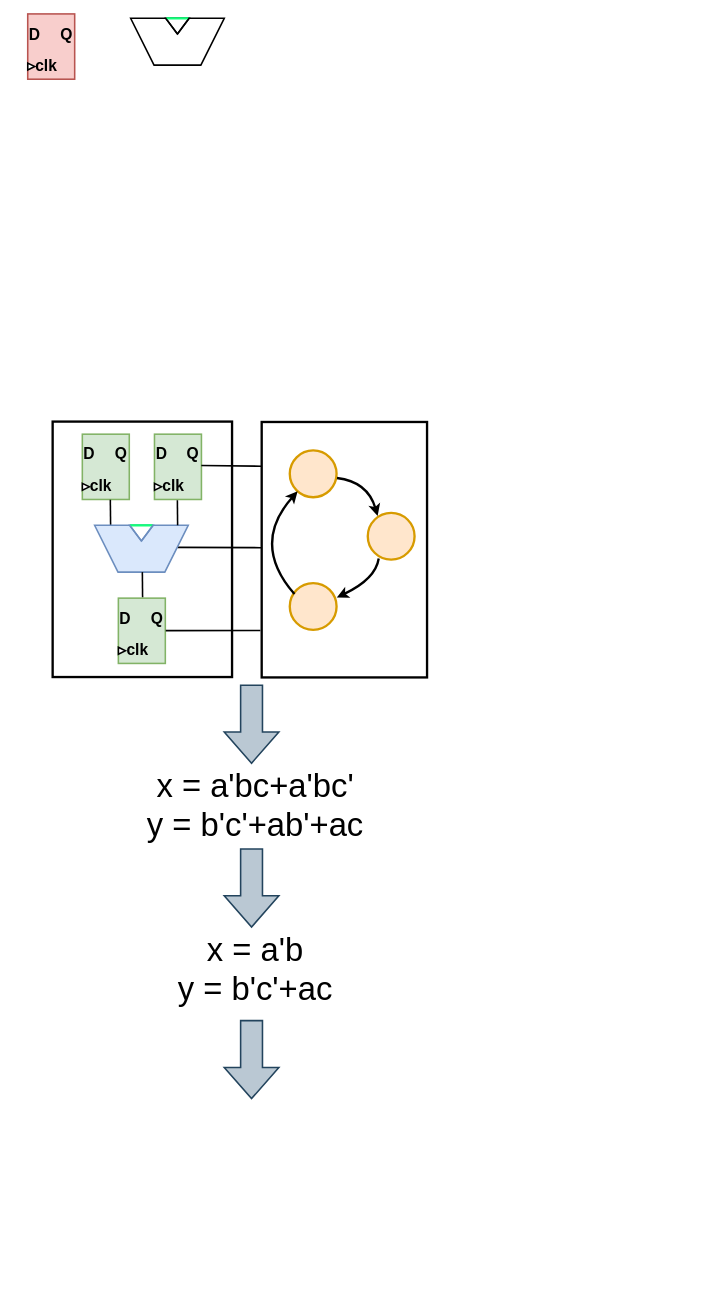
Earlier version of the draw.io diagram logicsynthesis.drawio (kxzhu0505/LogicSynOpt). Source tidied: cells renumbered, new cells numbered last; positions are measured from the earlier drawing's top-left corner, leaving out a move shared by most shapes. Both pictures are drawn from the tidied source at 78%, with x=0, y=0 at pixel (13, 14).
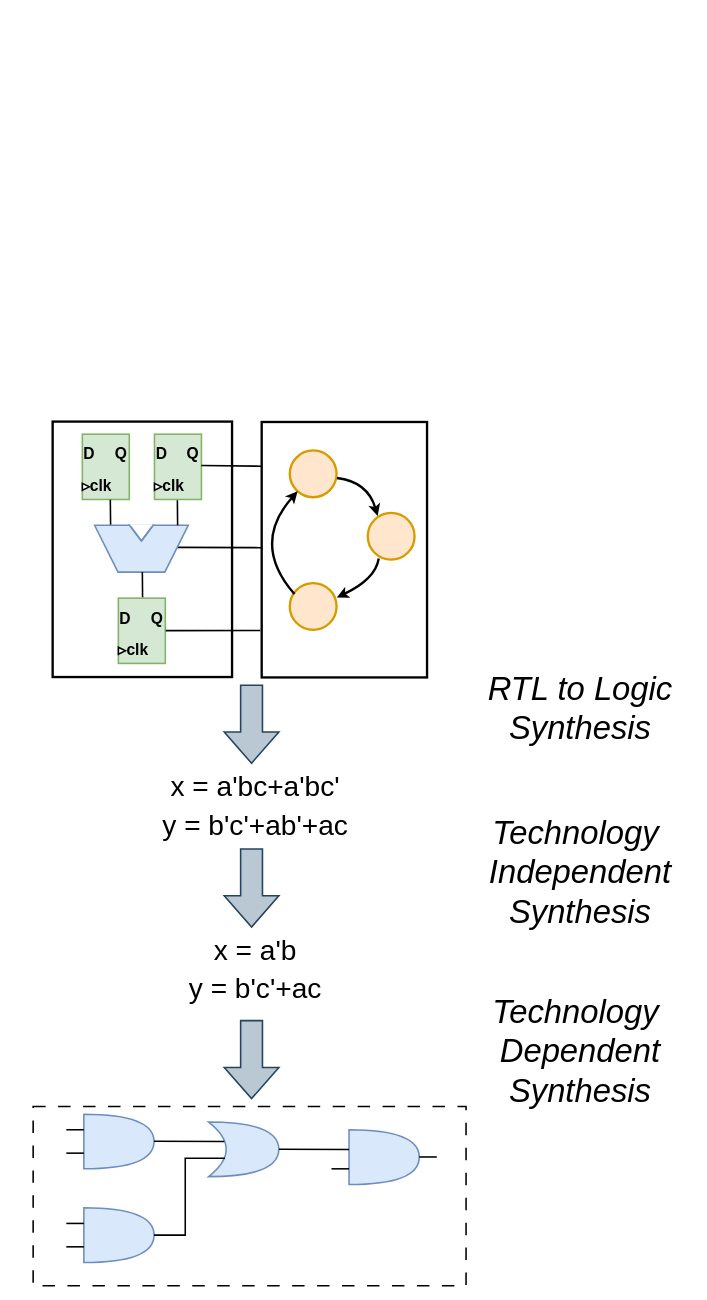
The same diagram, later.

Change to the diagram source:
```diff
@@
-    <mxCell id="2" style="group;fontFamily=Helvetica;" parent="1" vertex="1">
-      <mxGeometry width="95" height="82.5" as="geometry" />
-    </mxCell>
-    <mxCell id="3" style="rounded=0;whiteSpace=wrap;html=1;rotation=90;strokeWidth=2;fontFamily=Helvetica;fillColor=#f8cecc;strokeColor=#b85450;" parent="2" vertex="1">
-      <mxGeometry x="6.3" y="11.1" width="83.7" height="60.2" as="geometry" />
-    </mxCell>
-    <mxCell id="4" value="&lt;font size=&quot;1&quot;&gt;&lt;b style=&quot;font-size: 20px;&quot;&gt;D&lt;/b&gt;&lt;/font&gt;" style="text;html=1;strokeColor=none;fillColor=none;align=center;verticalAlign=middle;whiteSpace=wrap;rounded=0;strokeWidth=2;fontFamily=Helvetica;" parent="2" vertex="1">
-      <mxGeometry y="11.1" width="54.3" height="26.8" as="geometry" />
-    </mxCell>
-    <mxCell id="5" value="&lt;font size=&quot;1&quot;&gt;&lt;b style=&quot;font-size: 20px;&quot;&gt;Q&lt;/b&gt;&lt;/font&gt;" style="text;html=1;strokeColor=none;fillColor=none;align=center;verticalAlign=middle;whiteSpace=wrap;rounded=0;strokeWidth=2;fontFamily=Helvetica;" parent="2" vertex="1">
-      <mxGeometry x="40.7" y="11.1" width="54.3" height="26.8" as="geometry" />
-    </mxCell>
-    <mxCell id="6" style="triangle;whiteSpace=wrap;html=1;strokeWidth=2;fontFamily=Helvetica;" parent="2" vertex="1">
-      <mxGeometry x="18.1" y="62.4" width="9" height="8.9" as="geometry" />
-    </mxCell>
-    <mxCell id="7" value="&lt;font size=&quot;1&quot;&gt;&lt;b style=&quot;font-size: 20px;&quot;&gt;clk&lt;/b&gt;&lt;/font&gt;" style="text;html=1;strokeColor=none;fillColor=none;align=center;verticalAlign=middle;whiteSpace=wrap;rounded=0;strokeWidth=2;fontFamily=Helvetica;" parent="2" vertex="1">
-      <mxGeometry x="15.4" y="51.7" width="54.3" height="26.8" as="geometry" />
-    </mxCell>
+    <mxCell id="57" style="rounded=0;whiteSpace=wrap;html=1;dashed=1;dashPattern=8 8;strokeWidth=2;" parent="1" vertex="1">
+      <mxGeometry x="25" y="1400" width="555" height="230" as="geometry" />
+    </mxCell>
@@
-    <mxCell id="37" style="shape=trapezoid;perimeter=trapezoidPerimeter;whiteSpace=wrap;html=1;fixedSize=1;rotation=-180;strokeWidth=2;size=30;fontFamily=Helvetica;" parent="1" vertex="1">
-      <mxGeometry x="150" y="5" width="120" height="60" as="geometry" />
-    </mxCell>
-    <mxCell id="38" style="triangle;whiteSpace=wrap;html=1;rotation=90;strokeWidth=2;fontFamily=Helvetica;" parent="1" vertex="1">
-      <mxGeometry x="200" width="20" height="30" as="geometry" />
-    </mxCell>
-    <mxCell id="39" style="endArrow=none;html=1;rounded=0;strokeColor=#14FF7A;strokeWidth=3;curved=0;fontFamily=Helvetica;" parent="1" edge="1">
-      <mxGeometry relative="1" as="geometry">
-        <mxPoint x="195.5" y="5" as="sourcePoint" />
-        <mxPoint x="224.5" y="5" as="targetPoint" />
-      </mxGeometry>
-    </mxCell>
-    <mxCell id="40" style="endArrow=none;html=1;rounded=0;exitX=0.627;exitY=1.005;exitDx=0;exitDy=0;exitPerimeter=0;entryX=1;entryY=0.5;entryDx=0;entryDy=0;strokeWidth=2;fontFamily=Helvetica;" parent="1" edge="1" source="37" target="38">
-      <mxGeometry relative="1" as="geometry" />
-    </mxCell>
-    <mxCell id="41" style="endArrow=none;html=1;rounded=0;exitX=1;exitY=0.5;exitDx=0;exitDy=0;entryX=0.373;entryY=1.008;entryDx=0;entryDy=0;strokeWidth=2;entryPerimeter=0;fontFamily=Helvetica;" parent="1" edge="1" source="38" target="37">
-      <mxGeometry relative="1" as="geometry" />
-    </mxCell>
@@
-    <mxCell id="44" style="endArrow=none;html=1;rounded=0;strokeColor=#14FF7A;strokeWidth=3;curved=0;fontFamily=Helvetica;" parent="1" edge="1">
+    <mxCell id="44" style="endArrow=none;html=1;rounded=0;strokeColor=#ffffff;strokeWidth=3;curved=0;fontFamily=Helvetica;" parent="1" edge="1">
       <mxGeometry relative="1" as="geometry">
         <mxPoint x="149.2" y="655" as="sourcePoint" />
         <mxPoint x="178.2" y="655" as="targetPoint" />
       </mxGeometry>
     </mxCell>
@@
-    <mxCell id="51" value="&lt;font style=&quot;font-size: 42px;&quot;&gt;x = a'bc+a'bc'&lt;/font&gt;" style="text;html=1;align=center;verticalAlign=middle;whiteSpace=wrap;rounded=0;fontFamily=Helvetica;" parent="1" vertex="1">
+    <mxCell id="51" value="&lt;font style=&quot;font-size: 36px;&quot;&gt;x = a'bc+a'bc'&lt;/font&gt;" style="text;html=1;align=center;verticalAlign=middle;whiteSpace=wrap;rounded=0;fontFamily=Helvetica;" parent="1" vertex="1">
       <mxGeometry x="90" y="960" width="440" height="60" as="geometry" />
     </mxCell>
-    <mxCell id="52" value="&lt;font style=&quot;font-size: 42px;&quot;&gt;y = b'c'+ab'+ac&lt;/font&gt;" style="text;html=1;align=center;verticalAlign=middle;whiteSpace=wrap;rounded=0;fontFamily=Helvetica;" parent="1" vertex="1">
+    <mxCell id="52" value="&lt;font style=&quot;font-size: 36px;&quot;&gt;y = b'c'+ab'+ac&lt;/font&gt;" style="text;html=1;align=center;verticalAlign=middle;whiteSpace=wrap;rounded=0;fontFamily=Helvetica;" parent="1" vertex="1">
       <mxGeometry x="90" y="1010" width="440" height="60" as="geometry" />
     </mxCell>
@@
-    <mxCell id="54" value="&lt;font style=&quot;font-size: 42px;&quot;&gt;x = a'b&lt;/font&gt;" style="text;html=1;align=center;verticalAlign=middle;whiteSpace=wrap;rounded=0;fontFamily=Helvetica;" parent="1" vertex="1">
+    <mxCell id="54" value="&lt;font style=&quot;font-size: 36px;&quot;&gt;x = a'b&lt;/font&gt;" style="text;html=1;align=center;verticalAlign=middle;whiteSpace=wrap;rounded=0;fontFamily=Helvetica;" parent="1" vertex="1">
       <mxGeometry x="90" y="1170" width="440" height="60" as="geometry" />
     </mxCell>
-    <mxCell id="55" value="&lt;font style=&quot;font-size: 42px;&quot;&gt;y = b'c'+ac&lt;/font&gt;" style="text;html=1;align=center;verticalAlign=middle;whiteSpace=wrap;rounded=0;fontFamily=Helvetica;" parent="1" vertex="1">
-      <mxGeometry x="90" y="1220" width="440" height="60" as="geometry" />
+    <mxCell id="55" value="&lt;font style=&quot;font-size: 36px;&quot;&gt;y = b'c'+ac&lt;/font&gt;" style="text;html=1;align=center;verticalAlign=middle;whiteSpace=wrap;rounded=0;fontFamily=Helvetica;" parent="1" vertex="1">
+      <mxGeometry x="90" y="1218" width="440" height="60" as="geometry" />
     </mxCell>
@@
+    <mxCell id="58" style="shape=or;whiteSpace=wrap;html=1;fillColor=#dae8fc;strokeColor=#6c8ebf;strokeWidth=2;" parent="1" vertex="1">
+      <mxGeometry x="90" y="1410" width="90" height="70" as="geometry" />
+    </mxCell>
+    <mxCell id="59" style="shape=xor;whiteSpace=wrap;html=1;fillColor=#dae8fc;strokeColor=#6c8ebf;strokeWidth=2;" parent="1" vertex="1">
+      <mxGeometry x="250" y="1420" width="90" height="70" as="geometry" />
+    </mxCell>
+    <mxCell id="60" style="shape=or;whiteSpace=wrap;html=1;fillColor=#dae8fc;strokeColor=#6c8ebf;strokeWidth=2;" parent="1" vertex="1">
+      <mxGeometry x="90" y="1530" width="90" height="70" as="geometry" />
+    </mxCell>
+    <mxCell id="61" style="shape=or;whiteSpace=wrap;html=1;fillColor=#dae8fc;strokeColor=#6c8ebf;strokeWidth=2;" parent="1" vertex="1">
+      <mxGeometry x="430" y="1430" width="90" height="70" as="geometry" />
+    </mxCell>
+    <mxCell id="62" style="endArrow=none;html=1;rounded=0;endSize=6;strokeWidth=2;entryX=0.481;entryY=0.002;entryDx=0;entryDy=0;entryPerimeter=0;fontFamily=Helvetica;exitX=0.222;exitY=0.357;exitDx=0;exitDy=0;exitPerimeter=0;" parent="1" edge="1" source="59">
+      <mxGeometry relative="1" as="geometry">
+        <mxPoint x="180" y="1444.6" as="targetPoint" />
+      </mxGeometry>
+    </mxCell>
+    <mxCell id="63" style="endArrow=none;html=1;rounded=0;endSize=6;strokeWidth=2;fontFamily=Helvetica;" parent="1" edge="1">
+      <mxGeometry relative="1" as="geometry">
+        <mxPoint x="90" y="1550" as="sourcePoint" />
+        <mxPoint x="67.5" y="1550" as="targetPoint" />
+      </mxGeometry>
+    </mxCell>
+    <mxCell id="64" style="endArrow=none;html=1;rounded=0;endSize=6;strokeWidth=2;entryX=1;entryY=0.5;entryDx=0;entryDy=0;entryPerimeter=0;fontFamily=Helvetica;exitX=0.222;exitY=0.357;exitDx=0;exitDy=0;exitPerimeter=0;edgeStyle=orthogonalEdgeStyle;" parent="1" edge="1" target="60">
+      <mxGeometry relative="1" as="geometry">
+        <mxPoint x="271" y="1466.4" as="sourcePoint" />
+        <Array as="points">
+          <mxPoint x="220" y="1466" />
+          <mxPoint x="220" y="1565" />
+        </Array>
+      </mxGeometry>
+    </mxCell>
+    <mxCell id="65" style="endArrow=none;html=1;rounded=0;endSize=6;strokeWidth=2;entryX=0.481;entryY=0.002;entryDx=0;entryDy=0;entryPerimeter=0;fontFamily=Helvetica;exitX=0.222;exitY=0.357;exitDx=0;exitDy=0;exitPerimeter=0;" parent="1" edge="1">
+      <mxGeometry relative="1" as="geometry">
+        <mxPoint x="430" y="1455.2" as="sourcePoint" />
+        <mxPoint x="340" y="1454.8" as="targetPoint" />
+      </mxGeometry>
+    </mxCell>
+    <mxCell id="66" style="endArrow=none;html=1;rounded=0;endSize=6;strokeWidth=2;fontFamily=Helvetica;" parent="1" edge="1">
+      <mxGeometry relative="1" as="geometry">
+        <mxPoint x="90" y="1580" as="sourcePoint" />
+        <mxPoint x="67.5" y="1580" as="targetPoint" />
+      </mxGeometry>
+    </mxCell>
+    <mxCell id="67" style="endArrow=none;html=1;rounded=0;endSize=6;strokeWidth=2;fontFamily=Helvetica;" parent="1" edge="1">
+      <mxGeometry relative="1" as="geometry">
+        <mxPoint x="90" y="1429.9" as="sourcePoint" />
+        <mxPoint x="67.5" y="1429.9" as="targetPoint" />
+      </mxGeometry>
+    </mxCell>
+    <mxCell id="68" style="endArrow=none;html=1;rounded=0;endSize=6;strokeWidth=2;fontFamily=Helvetica;" parent="1" edge="1">
+      <mxGeometry relative="1" as="geometry">
+        <mxPoint x="90" y="1459.9" as="sourcePoint" />
+        <mxPoint x="67.5" y="1459.9" as="targetPoint" />
+      </mxGeometry>
+    </mxCell>
+    <mxCell id="69" style="endArrow=none;html=1;rounded=0;endSize=6;strokeWidth=2;fontFamily=Helvetica;" parent="1" edge="1">
+      <mxGeometry relative="1" as="geometry">
+        <mxPoint x="430" y="1480" as="sourcePoint" />
+        <mxPoint x="407.5" y="1480" as="targetPoint" />
+      </mxGeometry>
+    </mxCell>
+    <mxCell id="70" style="endArrow=none;html=1;rounded=0;endSize=6;strokeWidth=2;fontFamily=Helvetica;" parent="1" edge="1">
+      <mxGeometry relative="1" as="geometry">
+        <mxPoint x="542.5" y="1464.8" as="sourcePoint" />
+        <mxPoint x="520" y="1464.8" as="targetPoint" />
+      </mxGeometry>
+    </mxCell>
+    <mxCell id="71" value="&lt;font style=&quot;font-size: 42px;&quot;&gt;&lt;i&gt;RTL to Logic&lt;/i&gt;&lt;/font&gt;&lt;div style=&quot;font-size: 42px;&quot;&gt;&lt;font style=&quot;font-size: 42px;&quot;&gt;&lt;i&gt;Synthesis&lt;/i&gt;&lt;/font&gt;&lt;/div&gt;" style="text;html=1;align=center;verticalAlign=middle;whiteSpace=wrap;rounded=0;fontFamily=Helvetica;strokeWidth=3;" parent="1" vertex="1">
+      <mxGeometry x="580" y="860" width="293" height="60" as="geometry" />
+    </mxCell>
+    <mxCell id="72" value="&lt;span style=&quot;font-size: 42px;&quot;&gt;&lt;i&gt;Technology&amp;nbsp;&lt;/i&gt;&lt;/span&gt;&lt;div&gt;&lt;span style=&quot;font-size: 42px;&quot;&gt;&lt;i&gt;Independent&lt;/i&gt;&lt;/span&gt;&lt;/div&gt;&lt;div&gt;&lt;span style=&quot;font-size: 42px;&quot;&gt;&lt;i&gt;Synthesis&lt;/i&gt;&lt;/span&gt;&lt;/div&gt;" style="text;html=1;align=center;verticalAlign=middle;whiteSpace=wrap;rounded=0;fontFamily=Helvetica;strokeWidth=3;" parent="1" vertex="1">
+      <mxGeometry x="615" y="1070" width="223" height="60" as="geometry" />
+    </mxCell>
+    <mxCell id="73" value="&lt;span style=&quot;font-size: 42px;&quot;&gt;&lt;i&gt;Technology&amp;nbsp;&lt;/i&gt;&lt;/span&gt;&lt;div&gt;&lt;span style=&quot;font-size: 42px;&quot;&gt;&lt;i&gt;Dependent&lt;/i&gt;&lt;/span&gt;&lt;/div&gt;&lt;div&gt;&lt;span style=&quot;font-size: 42px;&quot;&gt;&lt;i&gt;Synthesis&lt;/i&gt;&lt;/span&gt;&lt;/div&gt;" style="text;html=1;align=center;verticalAlign=middle;whiteSpace=wrap;rounded=0;fontFamily=Helvetica;strokeWidth=3;" parent="1" vertex="1">
+      <mxGeometry x="610" y="1300" width="233" height="60" as="geometry" />
+    </mxCell>
```
